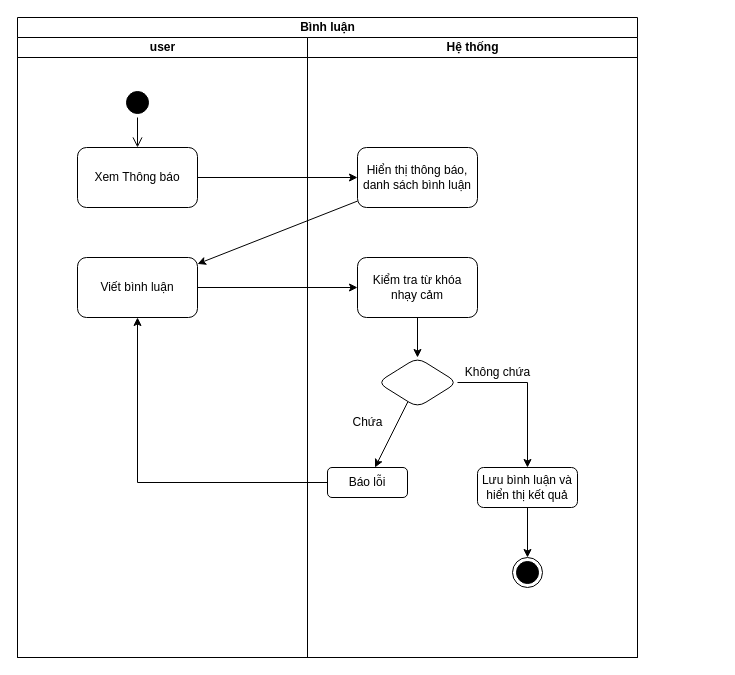
kienndhn/draw-io keeps this draw.io diagram as page "Page-2" (2 of 2) of activity diagram/Thông báo nội khu.drawio. Above is the earlier version. Source tidied: cells renumbered, new cells numbered last; positions are measured from the earlier drawing's top-left corner, leaving out a move shared by most shapes. Both pictures are drawn from the tidied source at 100%, with x=0, y=0 at pixel (17, 17).
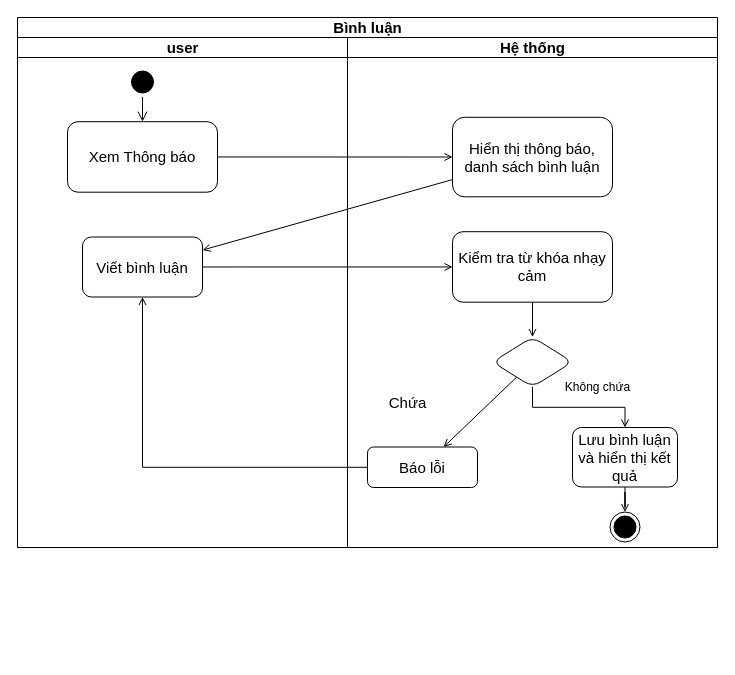
Above is the later version.

Change to the diagram source:
```diff
@@
-    <mxCell id="2" value="Bình luận" style="swimlane;startSize=20;html=1;strokeColor=#000000;" parent="1" vertex="1">
-      <mxGeometry width="620" height="640" as="geometry" />
+    <mxCell id="2" value="Bình luận" style="swimlane;startSize=20;html=1;strokeColor=#000000;fontSize=15;" parent="1" vertex="1">
+      <mxGeometry width="700" height="530" as="geometry" />
     </mxCell>
-    <mxCell id="3" value="user" style="swimlane;startSize=20;html=1;strokeColor=#000000;" parent="2" vertex="1">
-      <mxGeometry y="20" width="290" height="620" as="geometry" />
+    <mxCell id="3" value="user" style="swimlane;startSize=20;html=1;strokeColor=#000000;fontSize=15;" parent="2" vertex="1">
+      <mxGeometry y="20" width="330" height="510" as="geometry" />
     </mxCell>
-    <mxCell id="4" style="ellipse;html=1;shape=startState;fillColor=#000000;strokeColor=#000000;" parent="3" vertex="1">
-      <mxGeometry x="105" y="50" width="30" height="30" as="geometry" />
+    <mxCell id="4" style="ellipse;html=1;shape=startState;fillColor=#000000;strokeColor=#000000;fontSize=15;" parent="3" vertex="1">
+      <mxGeometry x="110" y="29.5" width="30" height="30" as="geometry" />
     </mxCell>
-    <mxCell id="5" style="edgeStyle=orthogonalEdgeStyle;html=1;verticalAlign=bottom;endArrow=open;endSize=8;strokeColor=#000000;rounded=0;entryX=0.5;entryY=0;entryDx=0;entryDy=0;" parent="3" edge="1" source="4" target="6">
+    <mxCell id="5" style="edgeStyle=orthogonalEdgeStyle;html=1;verticalAlign=bottom;endArrow=open;endSize=8;strokeColor=#000000;rounded=0;entryX=0.5;entryY=0;entryDx=0;entryDy=0;fontSize=15;" parent="3" edge="1" source="4" target="6">
       <mxGeometry relative="1" as="geometry" />
     </mxCell>
-    <mxCell id="6" value="Xem Thông báo" style="rounded=1;whiteSpace=wrap;html=1;strokeColor=#000000;" parent="3" vertex="1">
-      <mxGeometry x="60" y="110" width="120" height="60" as="geometry" />
+    <mxCell id="6" value="Xem Thông báo" style="rounded=1;whiteSpace=wrap;html=1;strokeColor=#000000;fontSize=15;" parent="3" vertex="1">
+      <mxGeometry x="50" y="84.2" width="150" height="70.5" as="geometry" />
     </mxCell>
-    <mxCell id="7" value="Viết bình luận" style="rounded=1;whiteSpace=wrap;html=1;strokeColor=#000000;" parent="3" vertex="1">
-      <mxGeometry x="60" y="220" width="120" height="60" as="geometry" />
+    <mxCell id="7" value="Viết bình luận" style="rounded=1;whiteSpace=wrap;html=1;strokeColor=#000000;fontSize=15;" parent="3" vertex="1">
+      <mxGeometry x="65" y="199.5" width="120" height="60" as="geometry" />
     </mxCell>
+    <mxCell id="21" style="edgeStyle=none;rounded=0;jettySize=auto;html=1;strokeColor=#000000;fontSize=15;endArrow=open;endFill=0;" parent="2" edge="1" source="6" target="9">
+      <mxGeometry relative="1" as="geometry" />
+    </mxCell>
+    <mxCell id="22" style="edgeStyle=none;rounded=0;jettySize=auto;html=1;strokeColor=#000000;fontSize=15;endArrow=open;endFill=0;" parent="2" edge="1" source="9" target="7">
+      <mxGeometry relative="1" as="geometry" />
+    </mxCell>
+    <mxCell id="23" style="edgeStyle=none;rounded=0;jettySize=auto;html=1;strokeColor=#000000;fontSize=15;endArrow=open;endFill=0;" parent="2" edge="1" source="7" target="11">
+      <mxGeometry relative="1" as="geometry" />
+    </mxCell>
+    <mxCell id="24" style="edgeStyle=orthogonalEdgeStyle;rounded=0;jettySize=auto;html=1;entryX=0.5;entryY=1;entryDx=0;entryDy=0;strokeColor=#000000;fontSize=15;endArrow=open;endFill=0;" parent="2" edge="1" source="15" target="7">
+      <mxGeometry relative="1" as="geometry" />
+    </mxCell>
-    <mxCell id="8" value="Hệ thống" style="swimlane;startSize=20;html=1;strokeColor=#000000;" parent="2" vertex="1">
-      <mxGeometry x="290" y="20" width="330" height="620" as="geometry" />
+    <mxCell id="8" value="Hệ thống" style="swimlane;startSize=20;html=1;strokeColor=#000000;fontSize=15;" parent="2" vertex="1">
+      <mxGeometry x="330" y="20" width="370" height="510" as="geometry" />
     </mxCell>
-    <mxCell id="9" value="Hiển thị thông báo, danh sách bình luận" style="rounded=1;whiteSpace=wrap;html=1;strokeColor=#000000;" parent="8" vertex="1">
-      <mxGeometry x="50" y="110" width="120" height="60" as="geometry" />
+    <mxCell id="9" value="Hiển thị thông báo, danh sách bình luận" style="rounded=1;whiteSpace=wrap;html=1;strokeColor=#000000;fontSize=15;" parent="8" vertex="1">
+      <mxGeometry x="105" y="79.8" width="160" height="79.5" as="geometry" />
     </mxCell>
-    <mxCell id="10" style="edgeStyle=none;rounded=0;jettySize=auto;html=1;strokeColor=#000000;" parent="8" edge="1" source="11" target="14">
+    <mxCell id="10" style="edgeStyle=none;rounded=0;jettySize=auto;html=1;strokeColor=#000000;fontSize=15;endArrow=open;endFill=0;" parent="8" edge="1" source="11" target="14">
       <mxGeometry relative="1" as="geometry" />
     </mxCell>
-    <mxCell id="11" value="Kiểm tra từ khóa nhạy cảm" style="rounded=1;whiteSpace=wrap;html=1;strokeColor=#000000;" parent="8" vertex="1">
-      <mxGeometry x="50" y="220" width="120" height="60" as="geometry" />
+    <mxCell id="11" value="Kiểm tra từ khóa nhạy cảm" style="rounded=1;whiteSpace=wrap;html=1;strokeColor=#000000;fontSize=15;" parent="8" vertex="1">
+      <mxGeometry x="105" y="194.2" width="160" height="70.5" as="geometry" />
     </mxCell>
-    <mxCell id="12" style="edgeStyle=none;rounded=0;jettySize=auto;html=1;strokeColor=#000000;" parent="8" edge="1" source="14" target="15">
+    <mxCell id="12" style="edgeStyle=none;rounded=0;jettySize=auto;html=1;strokeColor=#000000;fontSize=15;endArrow=open;endFill=0;" parent="8" edge="1" source="14" target="15">
       <mxGeometry relative="1" as="geometry" />
     </mxCell>
-    <mxCell id="13" style="edgeStyle=orthogonalEdgeStyle;rounded=0;jettySize=auto;html=1;strokeColor=#000000;" parent="8" edge="1" source="14" target="17">
+    <mxCell id="13" style="edgeStyle=orthogonalEdgeStyle;rounded=0;jettySize=auto;html=1;entryX=0.5;entryY=0;entryDx=0;entryDy=0;endArrow=open;endFill=0;" parent="8" edge="1" source="14" target="17">
       <mxGeometry relative="1" as="geometry" />
     </mxCell>
-    <mxCell id="14" style="rhombus;whiteSpace=wrap;html=1;strokeColor=#000000;rounded=1;" parent="8" vertex="1">
-      <mxGeometry x="70" y="320" width="80" height="50" as="geometry" />
+    <mxCell id="14" style="rhombus;whiteSpace=wrap;html=1;strokeColor=#000000;rounded=1;fontSize=15;" parent="8" vertex="1">
+      <mxGeometry x="145" y="299.5" width="80" height="50" as="geometry" />
     </mxCell>
-    <mxCell id="15" value="Báo lỗi" style="rounded=1;whiteSpace=wrap;html=1;strokeColor=#000000;" parent="8" vertex="1">
-      <mxGeometry x="20" y="430" width="80" height="30" as="geometry" />
+    <mxCell id="15" value="Báo lỗi" style="rounded=1;whiteSpace=wrap;html=1;strokeColor=#000000;fontSize=15;" parent="8" vertex="1">
+      <mxGeometry x="20" y="409.5" width="110" height="40.5" as="geometry" />
     </mxCell>
-    <mxCell id="16" style="edgeStyle=orthogonalEdgeStyle;rounded=0;jettySize=auto;html=1;strokeColor=#000000;" parent="8" edge="1" source="17" target="18">
+    <mxCell id="16" style="edgeStyle=orthogonalEdgeStyle;rounded=0;jettySize=auto;html=1;strokeColor=#000000;fontSize=15;endArrow=open;endFill=0;" parent="8" edge="1" source="17" target="18">
       <mxGeometry relative="1" as="geometry" />
     </mxCell>
-    <mxCell id="17" value="Lưu bình luận và hiển thị kết quả" style="whiteSpace=wrap;html=1;strokeColor=#000000;rounded=1;" parent="8" vertex="1">
-      <mxGeometry x="170" y="430" width="100" height="40" as="geometry" />
+    <mxCell id="17" value="Lưu bình luận và hiển thị kết quả" style="whiteSpace=wrap;html=1;strokeColor=#000000;rounded=1;fontSize=15;" parent="8" vertex="1">
+      <mxGeometry x="225" y="390" width="105" height="59.5" as="geometry" />
     </mxCell>
-    <mxCell id="18" style="ellipse;html=1;shape=endState;fillColor=#000000;strokeColor=#000000;" parent="8" vertex="1">
-      <mxGeometry x="205" y="520" width="30" height="30" as="geometry" />
+    <mxCell id="18" style="ellipse;html=1;shape=endState;fillColor=#000000;strokeColor=#000000;fontSize=15;" parent="8" vertex="1">
+      <mxGeometry x="262.5" y="474.5" width="30" height="30" as="geometry" />
     </mxCell>
+    <mxCell id="20" value="Chứa" style="text;html=1;align=center;verticalAlign=middle;strokeColor=none;fillColor=none;fontSize=15;" parent="8" vertex="1">
+      <mxGeometry x="30" y="349.5" width="60" height="30" as="geometry" />
+    </mxCell>
+    <mxCell id="25" style="edgeStyle=orthogonalEdgeStyle;rounded=0;orthogonalLoop=1;jettySize=auto;html=1;exitX=0.5;exitY=1;exitDx=0;exitDy=0;fontSize=15;" parent="8" edge="1" source="18" target="18">
+      <mxGeometry relative="1" as="geometry" />
+    </mxCell>
-    <mxCell id="19" value="Không chứa" style="text;html=1;align=center;verticalAlign=middle;strokeColor=none;fillColor=none;" parent="8" vertex="1">
-      <mxGeometry x="145" y="320" width="90" height="30" as="geometry" />
+    <mxCell id="19" value="Không chứa" style="text;html=1;align=center;verticalAlign=middle;strokeColor=none;fillColor=none;" parent="1" vertex="1">
+      <mxGeometry x="535" y="355" width="90" height="30" as="geometry" />
     </mxCell>
-    <mxCell id="20" value="Chứa" style="text;html=1;align=center;verticalAlign=middle;strokeColor=none;fillColor=none;" parent="8" vertex="1">
-      <mxGeometry x="35" y="370" width="50" height="30" as="geometry" />
-    </mxCell>
-    <mxCell id="21" style="edgeStyle=none;rounded=0;jettySize=auto;html=1;strokeColor=#000000;" parent="2" edge="1" source="6" target="9">
-      <mxGeometry relative="1" as="geometry" />
-    </mxCell>
-    <mxCell id="22" style="edgeStyle=none;rounded=0;jettySize=auto;html=1;strokeColor=#000000;" parent="2" edge="1" source="9" target="7">
-      <mxGeometry relative="1" as="geometry" />
-    </mxCell>
-    <mxCell id="23" style="edgeStyle=none;rounded=0;jettySize=auto;html=1;strokeColor=#000000;" parent="2" edge="1" source="7" target="11">
-      <mxGeometry relative="1" as="geometry" />
-    </mxCell>
-    <mxCell id="24" style="edgeStyle=orthogonalEdgeStyle;rounded=0;jettySize=auto;html=1;entryX=0.5;entryY=1;entryDx=0;entryDy=0;strokeColor=#000000;" parent="2" edge="1" source="15" target="7">
-      <mxGeometry relative="1" as="geometry" />
-    </mxCell>
```
